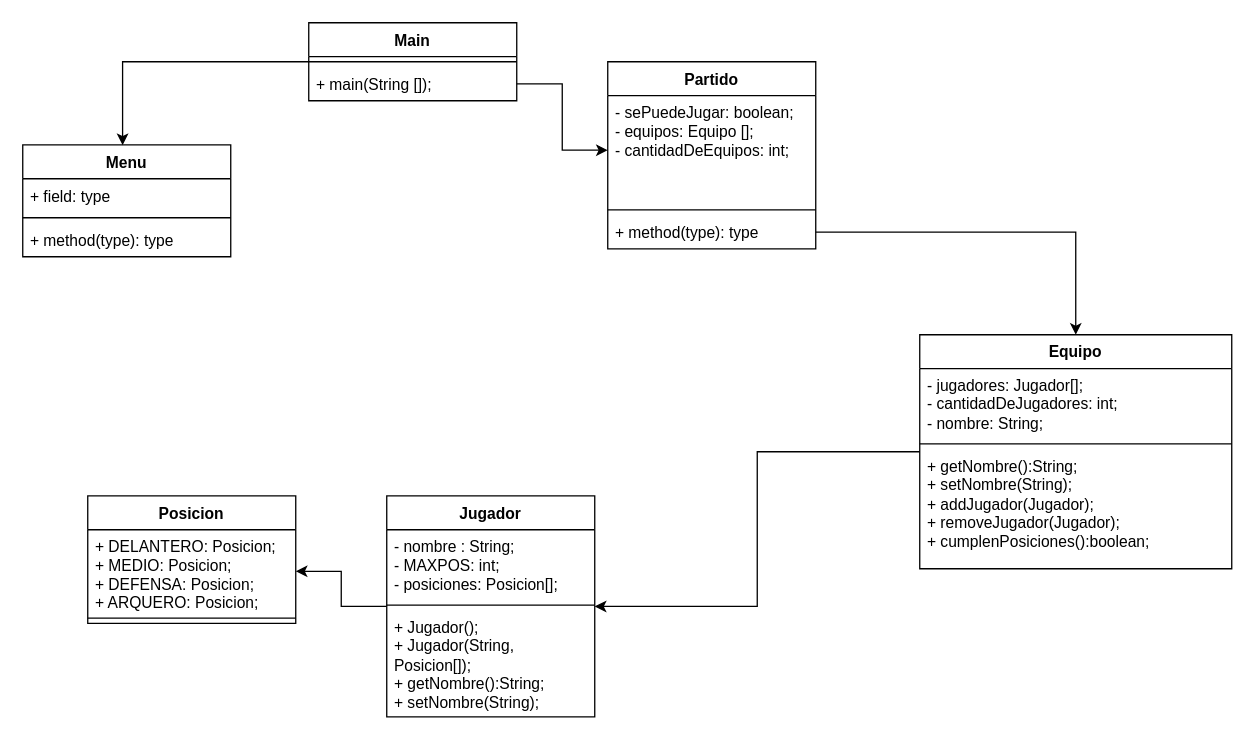
Before: Futbol/SistDeGestionPartidosDeLosJueves.drawio in LucasBudnik/TL2_EXTRA, a draw.io diagram. Source tidied: cells renumbered, new cells numbered last; positions are measured from the earlier drawing's top-left corner, leaving out a move shared by most shapes. Both pictures are drawn from the tidied source at 130%, with x=0, y=0 at pixel (22, 22).
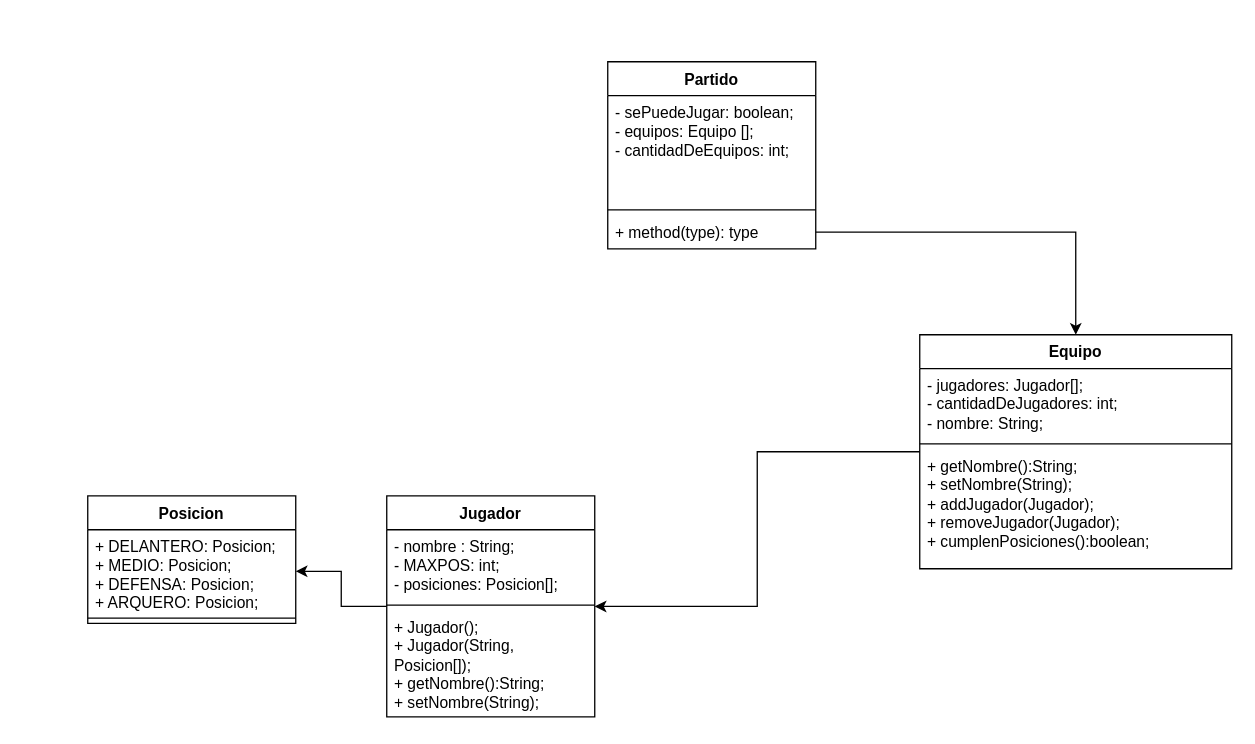
Above is the later version.

Commit message:
Remove: methods & Atrib

The change refers to these unchanged cells:
```xml
<mxCell id="10" value="- sePuedeJugar: boolean;&lt;br&gt;- equipos: Equipo [];&lt;br&gt;- cantidadDeEquipos: int;" style="text;strokeColor=none;fillColor=none;align=left;verticalAlign=top;spacingLeft=4;spacingRight=4;overflow=hidden;points=[[0,0.5],[1,0.5]];portConstraint=eastwest;whiteSpace=wrap;html=1;" parent="9" vertex="1">
  <mxGeometry y="26" width="160" height="84" as="geometry" />
</mxCell>
```

The edit, as a diff of the source:
```diff
@@
-    <mxCell id="2" value="Main" style="swimlane;fontStyle=1;align=center;verticalAlign=top;horizontal=1;startSize=26;whiteSpace=wrap;html=1;" parent="1" vertex="1">
-      <mxGeometry x="220" width="160" height="60" as="geometry" />
-    </mxCell>
-    <mxCell id="3" style="line;strokeWidth=1;fillColor=none;align=left;verticalAlign=middle;spacingTop=-1;spacingLeft=3;spacingRight=3;labelPosition=right;strokeColor=inherit;" parent="2" vertex="1">
-      <mxGeometry y="26" width="160" height="8" as="geometry" />
-    </mxCell>
-    <mxCell id="4" value="+ main(String []);" style="text;strokeColor=none;fillColor=none;align=left;verticalAlign=top;spacingLeft=4;spacingRight=4;overflow=hidden;points=[[0,0.5],[1,0.5]];portConstraint=eastwest;whiteSpace=wrap;html=1;" parent="2" vertex="1">
-      <mxGeometry y="34" width="160" height="26" as="geometry" />
-    </mxCell>
-    <mxCell id="5" value="Menu" style="swimlane;fontStyle=1;align=center;verticalAlign=top;horizontal=1;startSize=26;whiteSpace=wrap;html=1;" parent="1" vertex="1">
-      <mxGeometry y="94" width="160" height="86" as="geometry" />
-    </mxCell>
-    <mxCell id="6" value="+ field: type" style="text;strokeColor=none;fillColor=none;align=left;verticalAlign=top;spacingLeft=4;spacingRight=4;overflow=hidden;whiteSpace=wrap;html=1;" parent="5" vertex="1">
-      <mxGeometry y="26" width="160" height="26" as="geometry" />
-    </mxCell>
-    <mxCell id="7" style="line;strokeWidth=1;fillColor=none;align=left;verticalAlign=middle;spacingTop=-1;spacingLeft=3;spacingRight=3;labelPosition=right;strokeColor=inherit;" parent="5" vertex="1">
-      <mxGeometry y="52" width="160" height="8" as="geometry" />
-    </mxCell>
-    <mxCell id="8" value="+ method(type): type" style="text;strokeColor=none;fillColor=none;align=left;verticalAlign=top;spacingLeft=4;spacingRight=4;overflow=hidden;whiteSpace=wrap;html=1;" parent="5" vertex="1">
-      <mxGeometry y="60" width="160" height="26" as="geometry" />
-    </mxCell>
@@
-    <mxCell id="26" style="edgeStyle=orthogonalEdgeStyle;rounded=0;jettySize=auto;html=1;entryX=0;entryY=0.5;entryDx=0;entryDy=0;" parent="1" edge="1" source="4" target="10">
-      <mxGeometry relative="1" as="geometry" />
-    </mxCell>
-    <mxCell id="27" style="edgeStyle=orthogonalEdgeStyle;rounded=0;jettySize=auto;html=1;entryX=0.48;entryY=0.002;entryDx=0;entryDy=0;entryPerimeter=0;" parent="1" edge="1" source="2" target="5">
-      <mxGeometry relative="1" as="geometry" />
-    </mxCell>
```
